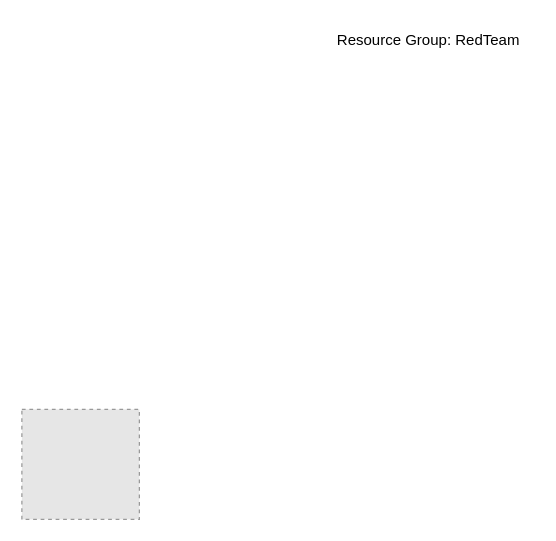
The draw.io diagram Untitled Diagram.drawio in jamesbitpro/Backups, before the edit. Source tidied: cells renumbered, new cells numbered last; positions are measured from the earlier drawing's top-left corner, leaving out a move shared by most shapes. Both pictures are drawn from the tidied source at 125%, with x=0, y=0 at pixel (21, 21). Pictures stored in the file or linked from it are replaced by grey dashed boxes.
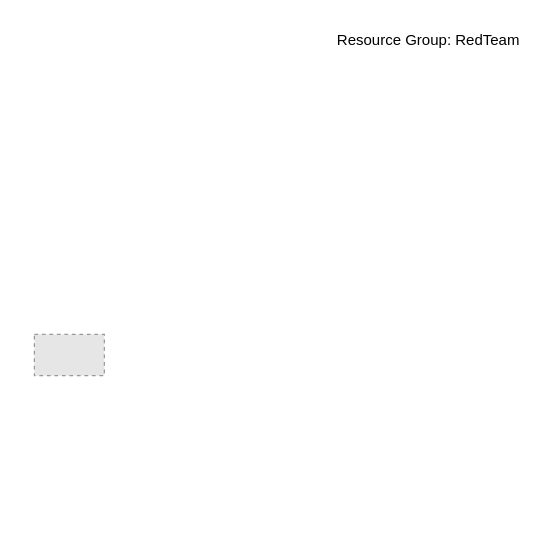
The same page after the edit.

Change to the diagram source:
```diff
@@
 <mxGraphModel>
   <root>
     <mxCell id="0" />
     <mxCell id="1" parent="0" />
     <mxCell id="2" value="Resource Group: RedTeam" style="text;html=1;align=center;verticalAlign=middle;fillColor=none;strokeColor=none;rounded=0;" parent="1" vertex="1">
       <mxGeometry x="240" width="170" height="30" as="geometry" />
     </mxCell>
-    <mxCell id="3" style="fillColor=#E6E6E6;strokeColor=#999999;dashed=1;verticalLabelPosition=bottom;labelBackgroundColor=#ffffff;verticalAlign=top;" parent="1" vertex="1">
-      <mxGeometry y="310" width="94" height="88" as="geometry" />
-    </mxCell>
+    <mxCell id="4" style="fillColor=#E6E6E6;strokeColor=#999999;dashed=1;verticalLabelPosition=bottom;labelBackgroundColor=#ffffff;verticalAlign=top;" parent="1" vertex="1">
+      <mxGeometry x="10" y="250" width="56" height="33" as="geometry" />
+    </mxCell>
   </root>
 </mxGraphModel>
```
